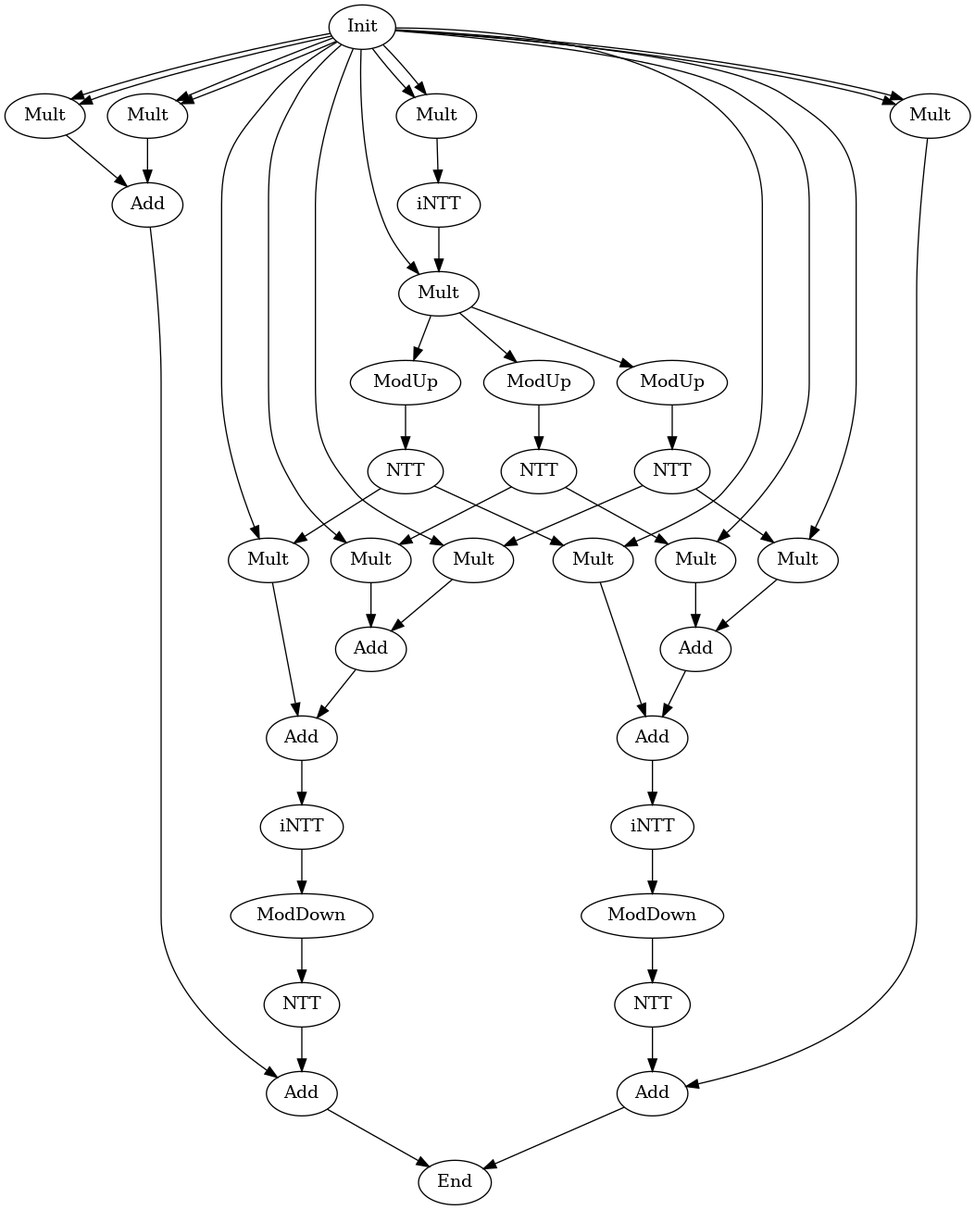
Before: data/graph_poly_hmult.dot.png, a diagram exported from Graphviz (hal-lab-u-tokyo/PolyFHE). Its source is kept beside it as data/graph_poly_hmult.dot.
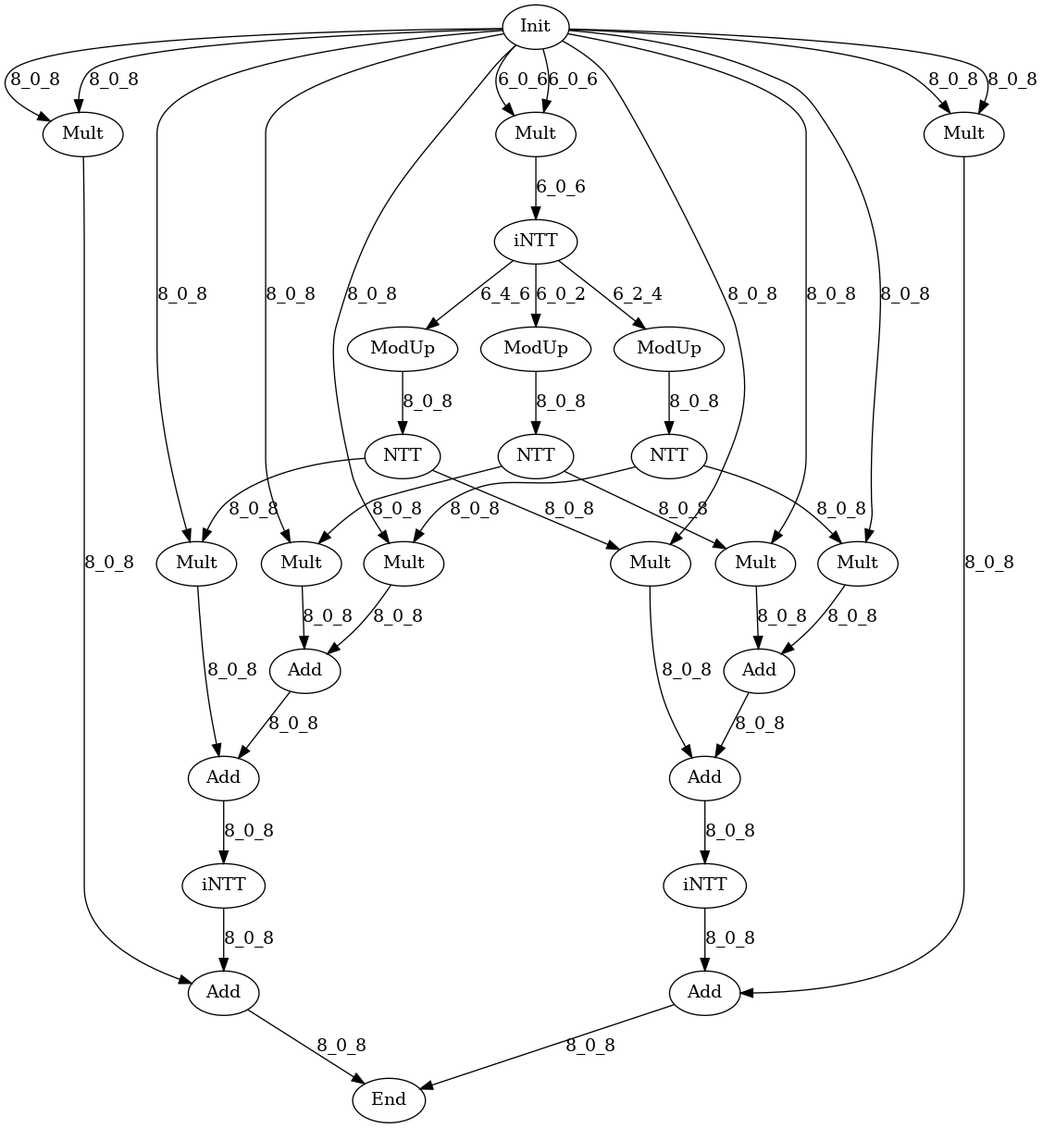
After the change.

Diff of the diagram source:
```diff
@@ -1,86 +1,69 @@
 digraph G {
 Init[label="Init"];
-Mult_AxAx[label="Mult"];
-Mult_AxBx[label="Mult"];
-Mult_BxAx[label="Mult"];
-Mult_BxBx[label="Mult"];
-Add_AxBx[label="Add"];
+End[label="End"];
+Multd0[label="Mult"];
+Multd1[label="Mult"];
+Multd2[label="Mult"];
+ModUp1[label="ModUp"];
+ModUp2[label="ModUp"];
+ModUp3[label="ModUp"];
 iNTT[label="iNTT"];
-Mult_Decomp[label="Mult"];
-ModUp_0[label="ModUp"];
-ModUp_1[label="ModUp"];
-ModUp_2[label="ModUp"];
-NTT_0[label="NTT"];
-NTT_1[label="NTT"];
-NTT_2[label="NTT"];
-MultKey_0_ax[label="Mult"];
-MultKey_0_bx[label="Mult"];
-MultKey_1_ax[label="Mult"];
-MultKey_1_bx[label="Mult"];
-MultKey_2_ax[label="Mult"];
-MultKey_2_bx[label="Mult"];
-AddAccum_1_ax[label="Add"];
-AddAccum_1_bx[label="Add"];
-AddAccum_2_ax[label="Add"];
-AddAccum_2_bx[label="Add"];
-iNTT_ax[label="iNTT"];
-iNTT_bx[label="iNTT"];
-ModDown_ax[label="ModDown"];
-ModDown_bx[label="ModDown"];
-NTT_ax[label="NTT"];
-NTT_bx[label="NTT"];
-Add_ax[label="Add"];
-Add_bx[label="Add"];
-End[label="End"];
-Init -> Mult_AxAx[];
-Init -> Mult_AxAx[];
-Init -> Mult_AxBx[];
-Init -> Mult_AxBx[];
-Init -> Mult_BxAx[];
-Init -> Mult_BxAx[];
-Init -> Mult_BxBx[];
-Init -> Mult_BxBx[];
-Init -> MultKey_0_ax[];
-Init -> MultKey_0_bx[];
-Init -> MultKey_1_ax[];
-Init -> MultKey_1_bx[];
-Init -> MultKey_2_ax[];
-Init -> MultKey_2_bx[];
-Init -> Mult_Decomp[];
-Mult_AxBx -> Add_AxBx[];
-Mult_BxAx -> Add_AxBx[];
-Mult_AxAx -> iNTT[];
-iNTT -> Mult_Decomp[];
-Mult_Decomp -> ModUp_0[];
-Mult_Decomp -> ModUp_1[];
-Mult_Decomp -> ModUp_2[];
-ModUp_0 -> NTT_0[];
-ModUp_1 -> NTT_1[];
-ModUp_2 -> NTT_2[];
-NTT_0 -> MultKey_0_ax[];
-NTT_0 -> MultKey_0_bx[];
-NTT_1 -> MultKey_1_ax[];
-NTT_1 -> MultKey_1_bx[];
-NTT_2 -> MultKey_2_ax[];
-NTT_2 -> MultKey_2_bx[];
-MultKey_0_ax -> AddAccum_1_ax[];
-MultKey_0_bx -> AddAccum_1_bx[];
-MultKey_1_ax -> AddAccum_1_ax[];
-MultKey_1_bx -> AddAccum_1_bx[];
-MultKey_2_ax -> AddAccum_2_ax[];
-MultKey_2_bx -> AddAccum_2_bx[];
-AddAccum_1_ax -> AddAccum_2_ax[];
-AddAccum_1_bx -> AddAccum_2_bx[];
-AddAccum_2_ax -> iNTT_ax[];
-AddAccum_2_bx -> iNTT_bx[];
-iNTT_ax -> ModDown_ax[];
-iNTT_bx -> ModDown_bx[];
-ModDown_ax -> NTT_ax[];
-ModDown_bx -> NTT_bx[];
-NTT_ax -> Add_ax[];
-NTT_bx -> Add_bx[];
-Add_AxBx -> Add_ax[];
-Mult_BxBx -> Add_bx[];
-Add_ax -> End[];
-Add_bx -> End[];
+NTT1[label="NTT"];
+NTT2[label="NTT"];
+NTT3[label="NTT"];
+Mult1a[label="Mult"];
+Mult2a[label="Mult"];
+Mult3a[label="Mult"];
+Mult1b[label="Mult"];
+Mult2b[label="Mult"];
+Mult3b[label="Mult"];
+Add12a[label="Add"];
+Add123a[label="Add"];
+Add12b[label="Add"];
+Add123b[label="Add"];
+iNTTa[label="iNTT"];
+iNTTb[label="iNTT"];
+Addc0[label="Add"];
+Addc1[label="Add"];
+Init -> Multd2[label="6_0_6"];
+Init -> Multd2[label="6_0_6"];
+Multd2 -> iNTT[label="6_0_6"];
+iNTT -> ModUp1[label="6_0_2"];
+iNTT -> ModUp2[label="6_2_4"];
+iNTT -> ModUp3[label="6_4_6"];
+ModUp1 -> NTT1[label="8_0_8"];
+ModUp2 -> NTT2[label="8_0_8"];
+ModUp3 -> NTT3[label="8_0_8"];
+NTT1 -> Mult1a[label="8_0_8"];
+NTT2 -> Mult2a[label="8_0_8"];
+NTT3 -> Mult3a[label="8_0_8"];
+NTT1 -> Mult1b[label="8_0_8"];
+NTT2 -> Mult2b[label="8_0_8"];
+NTT3 -> Mult3b[label="8_0_8"];
+Init -> Mult1a[label="8_0_8"];
+Init -> Mult2a[label="8_0_8"];
+Init -> Mult3a[label="8_0_8"];
+Init -> Mult1b[label="8_0_8"];
+Init -> Mult2b[label="8_0_8"];
+Init -> Mult3b[label="8_0_8"];
+Mult1a -> Add12a[label="8_0_8"];
+Mult2a -> Add12a[label="8_0_8"];
+Add12a -> Add123a[label="8_0_8"];
+Mult3a -> Add123a[label="8_0_8"];
+Mult1b -> Add12b[label="8_0_8"];
+Mult2b -> Add12b[label="8_0_8"];
+Add12b -> Add123b[label="8_0_8"];
+Mult3b -> Add123b[label="8_0_8"];
+Add123a -> iNTTa[label="8_0_8"];
+Add123b -> iNTTb[label="8_0_8"];
+Init -> Multd0[label="8_0_8"];
+Init -> Multd0[label="8_0_8"];
+Init -> Multd1[label="8_0_8"];
+Init -> Multd1[label="8_0_8"];
+Multd0 -> Addc0[label="8_0_8"];
+Multd1 -> Addc1[label="8_0_8"];
+iNTTa -> Addc0[label="8_0_8"];
+iNTTb -> Addc1[label="8_0_8"];
+Addc0 -> End[label="8_0_8"];
+Addc1 -> End[label="8_0_8"];
 }
```
